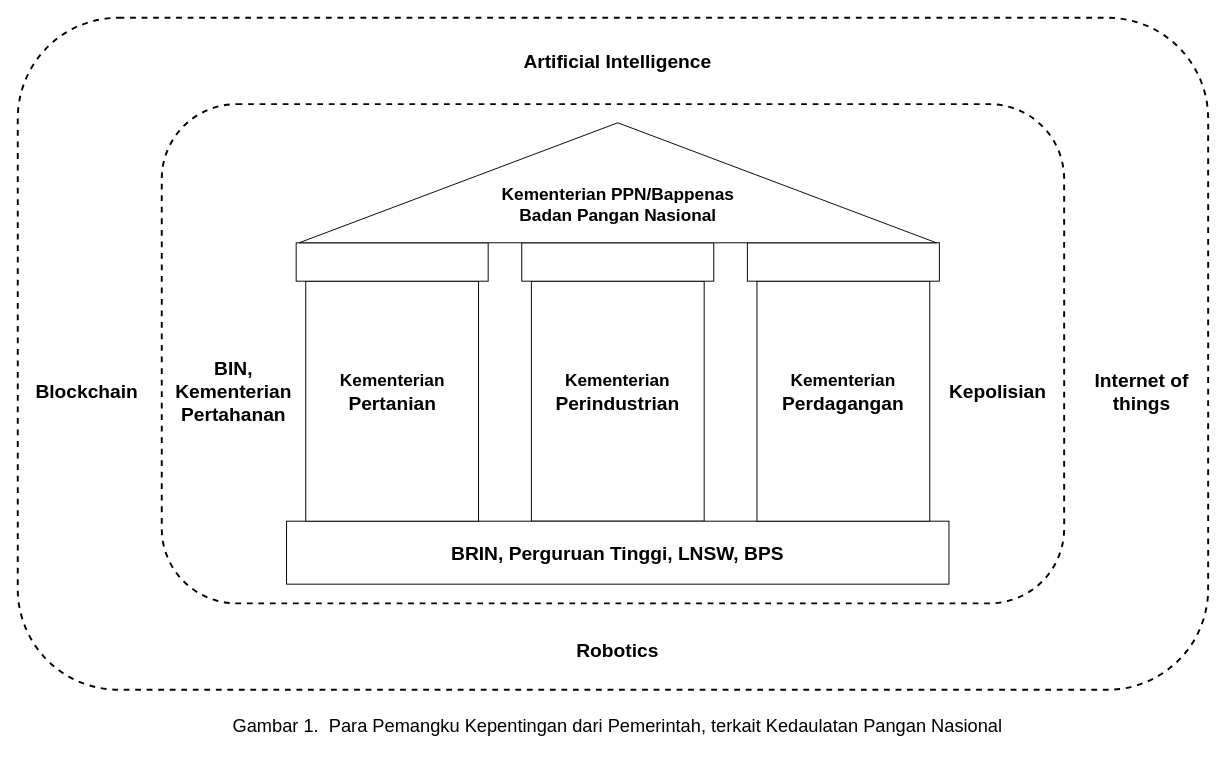
This is House diagram.drawio from ariesharry/Diagrams, a draw.io file, before an edit. Source tidied: cells renumbered, new cells numbered last; positions are measured from the earlier drawing's top-left corner, leaving out a move shared by most shapes. Both pictures are drawn from the tidied source at 96%, with x=0, y=0 at pixel (17, -136).
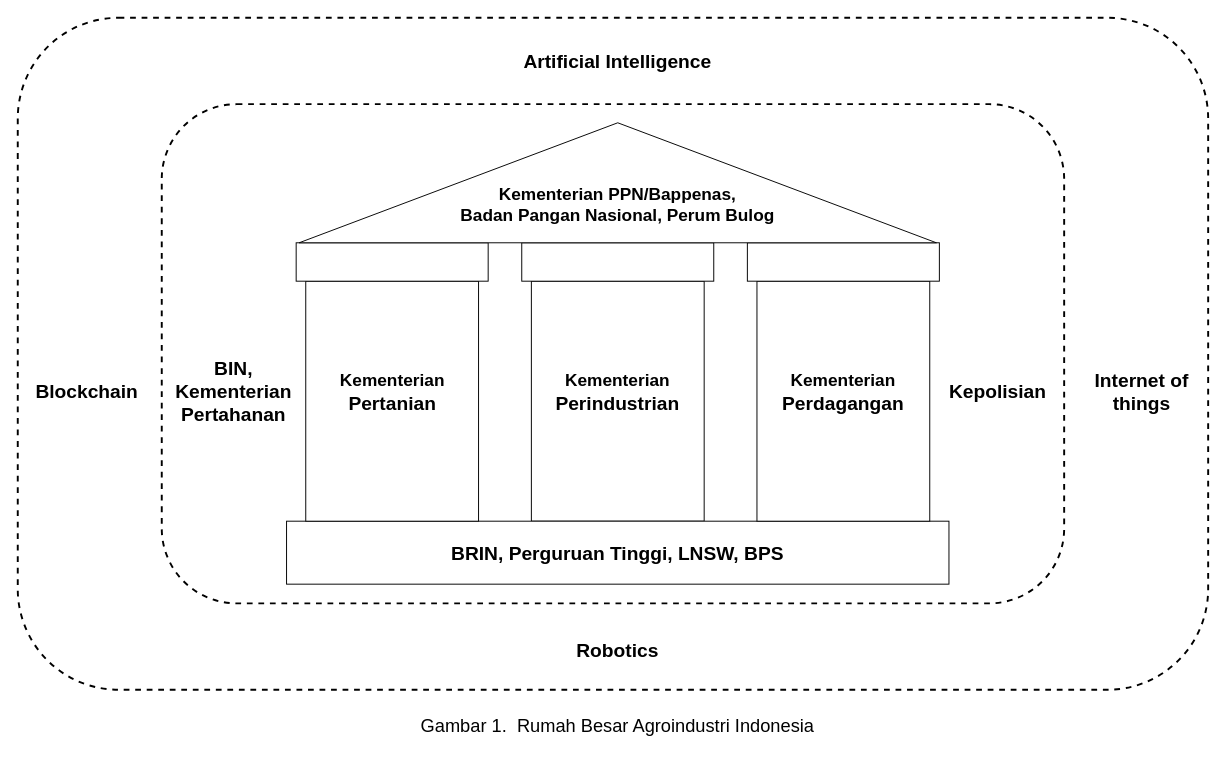
Above is the later version.

Change to the diagram source:
```diff
@@
-    <mxCell id="13" value="Kementerian PPN/Bappenas&lt;br style=&quot;font-size: 18px;&quot;&gt;Badan Pangan Nasional" style="text;html=1;strokeColor=none;fillColor=none;align=center;verticalAlign=middle;whiteSpace=wrap;rounded=0;fontStyle=1;fontSize=18;" parent="1" vertex="1">
-      <mxGeometry x="462.5" y="340" width="325" height="30" as="geometry" />
+    <mxCell id="13" value="Kementerian PPN/Bappenas,&lt;br style=&quot;font-size: 18px;&quot;&gt;Badan Pangan Nasional, Perum Bulog" style="text;html=1;strokeColor=none;fillColor=none;align=center;verticalAlign=middle;whiteSpace=wrap;rounded=0;fontStyle=1;fontSize=18;" parent="1" vertex="1">
+      <mxGeometry x="451.2" y="340" width="347.5" height="30" as="geometry" />
     </mxCell>
@@
-    <mxCell id="17" value="Gambar 1. &amp;nbsp;Para Pemangku Kepentingan dari Pemerintah, terkait Kedaulatan Pangan Nasional" style="text;whiteSpace=wrap;html=1;fontSize=19;fontStyle=0;align=center;" parent="1" vertex="1">
+    <mxCell id="17" value="Gambar 1. &amp;nbsp;Rumah Besar Agroindustri Indonesia" style="text;whiteSpace=wrap;html=1;fontSize=19;fontStyle=0;align=center;" parent="1" vertex="1">
       <mxGeometry x="205" y="880" width="840" height="40" as="geometry" />
     </mxCell>
```
